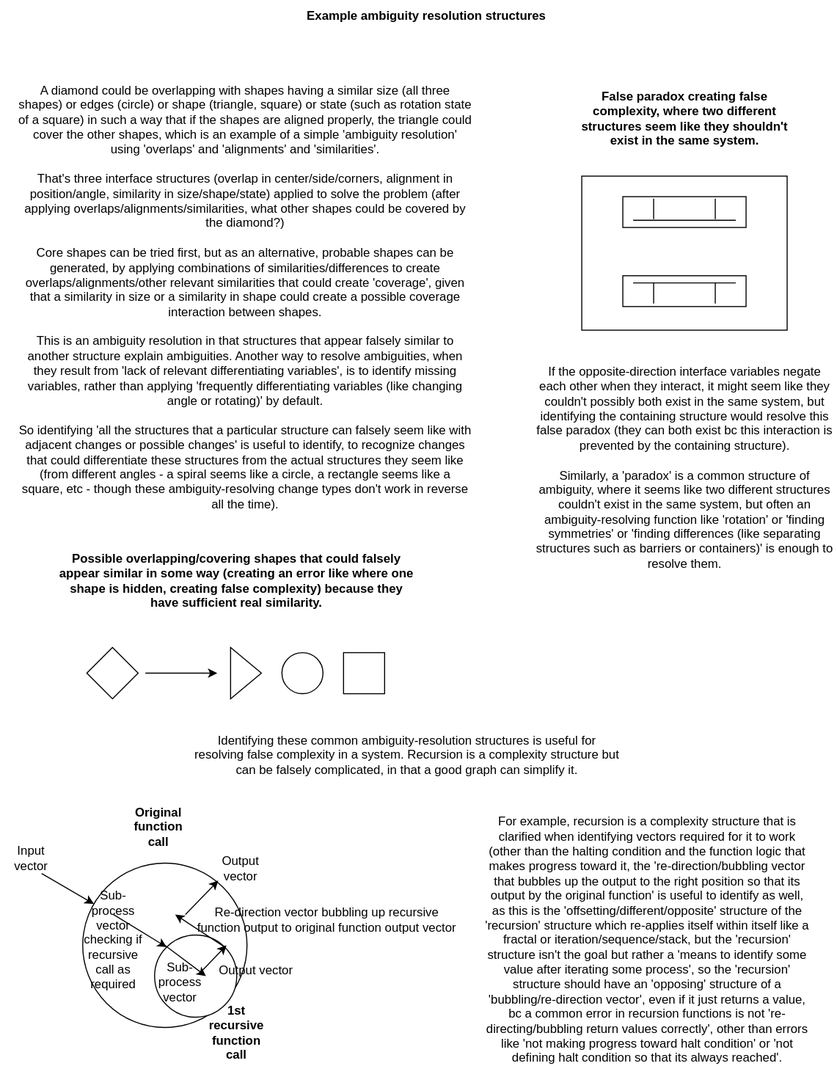
The draw.io diagram docs/objects/ambiguity_resolutions.drawio.svg in outdreamer/build-a-cure, before a commit. Source tidied: cells renumbered, new cells last; positions are measured from the earlier drawing's top-left corner, leaving out a move shared by most shapes. The source it was exported from:
```xml
<mxGraphModel>
  <root>
    <mxCell id="0" />
    <mxCell id="1" parent="0" />
    <mxCell id="2" style="rounded=0;whiteSpace=wrap;html=1;" parent="1" vertex="1">
      <mxGeometry x="566" y="171" width="200" height="150" as="geometry" />
    </mxCell>
    <mxCell id="3" style="rounded=0;whiteSpace=wrap;html=1;" parent="1" vertex="1">
      <mxGeometry x="606" y="268" width="120" height="30" as="geometry" />
    </mxCell>
    <mxCell id="4" style="rounded=0;whiteSpace=wrap;html=1;" parent="1" vertex="1">
      <mxGeometry x="606" y="191" width="120" height="30" as="geometry" />
    </mxCell>
    <mxCell id="5" value="&lt;b&gt;Example ambiguity resolution structures&lt;/b&gt;" style="text;html=1;strokeColor=none;fillColor=none;align=center;verticalAlign=middle;whiteSpace=wrap;rounded=0;" parent="1" vertex="1">
      <mxGeometry x="290" width="250" height="30" as="geometry" />
    </mxCell>
    <mxCell id="6" style="triangle;whiteSpace=wrap;html=1;" parent="1" vertex="1">
      <mxGeometry x="224" y="630" width="30" height="50" as="geometry" />
    </mxCell>
    <mxCell id="7" style="ellipse;whiteSpace=wrap;html=1;" parent="1" vertex="1">
      <mxGeometry x="274" y="635" width="40" height="40" as="geometry" />
    </mxCell>
    <mxCell id="8" style="rhombus;whiteSpace=wrap;html=1;" parent="1" vertex="1">
      <mxGeometry x="84" y="630" width="50" height="50" as="geometry" />
    </mxCell>
    <mxCell id="9" style="whiteSpace=wrap;html=1;" parent="1" vertex="1">
      <mxGeometry x="334" y="635" width="40" height="40" as="geometry" />
    </mxCell>
    <mxCell id="10" value="A diamond could be overlapping with shapes having a similar size (all three shapes) or edges (circle) or shape (triangle, square) or state (such as rotation state of a square) in such a way that if the shapes are aligned properly, the triangle could cover the other shapes, which is an example of a simple 'ambiguity resolution' using 'overlaps' and 'alignments' and 'similarities'. &lt;br&gt;&lt;br&gt;That's three interface structures (overlap in center/side/corners, alignment in position/angle, similarity in size/shape/state) applied to solve the problem (after applying overlaps/alignments/similarities, what other shapes could be covered by the diamond?) &lt;br&gt;&lt;br&gt;Core shapes can be tried first, but as an alternative, probable shapes can be generated, by applying combinations of similarities/differences to create overlaps/alignments/other relevant similarities that could create 'coverage', given that a similarity in size or a similarity in shape could create a possible coverage interaction between shapes.&lt;br&gt;&lt;br&gt;This is an ambiguity resolution in that structures that appear falsely similar to another structure explain ambiguities. Another way to resolve ambiguities, when they result from 'lack of relevant differentiating variables', is to identify missing variables, rather than applying 'frequently differentiating variables (like changing angle or rotating)' by default.&lt;br&gt;&lt;br&gt;So identifying 'all the structures that a particular structure can falsely seem like with adjacent changes or possible changes' is useful to identify, to recognize changes that could differentiate these structures from the actual structures they seem like (from different angles - a spiral seems like a circle, a rectangle seems like a square, etc - though these ambiguity-resolving change types don't work in reverse all the time)." style="text;html=1;strokeColor=none;fillColor=none;align=center;verticalAlign=middle;whiteSpace=wrap;rounded=0;" parent="1" vertex="1">
      <mxGeometry x="16" y="274" width="445" height="30" as="geometry" />
    </mxCell>
    <mxCell id="11" style="endArrow=classic;html=1;rounded=0;exitX=1;exitY=0.5;exitDx=0;exitDy=0;" parent="1" edge="1">
      <mxGeometry relative="1" as="geometry">
        <mxPoint x="141" y="655" as="sourcePoint" />
        <mxPoint x="211" y="655" as="targetPoint" />
      </mxGeometry>
    </mxCell>
    <mxCell id="12" style="endArrow=none;html=1;rounded=0;" parent="1" edge="1">
      <mxGeometry relative="1" as="geometry">
        <mxPoint x="616" y="214" as="sourcePoint" />
        <mxPoint x="716" y="214" as="targetPoint" />
      </mxGeometry>
    </mxCell>
    <mxCell id="13" style="endArrow=none;html=1;rounded=0;" parent="1" edge="1">
      <mxGeometry relative="1" as="geometry">
        <mxPoint x="636" y="193" as="sourcePoint" />
        <mxPoint x="636" y="213" as="targetPoint" />
      </mxGeometry>
    </mxCell>
    <mxCell id="14" style="endArrow=none;html=1;rounded=0;" parent="1" edge="1">
      <mxGeometry relative="1" as="geometry">
        <mxPoint x="696" y="193" as="sourcePoint" />
        <mxPoint x="696" y="213" as="targetPoint" />
      </mxGeometry>
    </mxCell>
    <mxCell id="15" style="endArrow=none;html=1;rounded=0;" parent="1" edge="1">
      <mxGeometry relative="1" as="geometry">
        <mxPoint x="616" y="275" as="sourcePoint" />
        <mxPoint x="716" y="275" as="targetPoint" />
        <Array as="points">
          <mxPoint x="666" y="275" />
        </Array>
      </mxGeometry>
    </mxCell>
    <mxCell id="16" style="endArrow=none;html=1;rounded=0;" parent="1" edge="1">
      <mxGeometry relative="1" as="geometry">
        <mxPoint x="636" y="295" as="sourcePoint" />
        <mxPoint x="636" y="275" as="targetPoint" />
      </mxGeometry>
    </mxCell>
    <mxCell id="17" style="endArrow=none;html=1;rounded=0;" parent="1" edge="1">
      <mxGeometry relative="1" as="geometry">
        <mxPoint x="696" y="295" as="sourcePoint" />
        <mxPoint x="696" y="275" as="targetPoint" />
      </mxGeometry>
    </mxCell>
    <mxCell id="18" value="If the opposite-direction interface variables negate each other when they interact, it might seem like they couldn't possibly both exist in the same system, but identifying the containing structure would resolve this false paradox (they can both exist bc this interaction is prevented by the containing structure).&lt;br&gt;&lt;br&gt;Similarly, a 'paradox' is a common structure of ambiguity, where it seems like two different structures couldn't exist in the same system, but often an ambiguity-resolving function like 'rotation' or 'finding symmetries' or 'finding differences (like separating structures such as barriers or containers)' is enough to resolve them." style="text;html=1;strokeColor=none;fillColor=none;align=center;verticalAlign=middle;whiteSpace=wrap;rounded=0;" parent="1" vertex="1">
      <mxGeometry x="518.5" y="440" width="295" height="30" as="geometry" />
    </mxCell>
    <mxCell id="19" value="False paradox creating false complexity, where two different structures seem like they shouldn't exist in the same system." style="text;html=1;strokeColor=none;fillColor=none;align=center;verticalAlign=middle;whiteSpace=wrap;rounded=0;fontStyle=1;" parent="1" vertex="1">
      <mxGeometry x="559.8" y="100" width="212.5" height="30" as="geometry" />
    </mxCell>
    <mxCell id="20" value="Possible overlapping/covering shapes that could falsely appear similar in some way (creating an error like where one shape is hidden, creating false complexity) because they have sufficient real similarity." style="text;html=1;strokeColor=none;fillColor=none;align=center;verticalAlign=middle;whiteSpace=wrap;rounded=0;fontStyle=1;" parent="1" vertex="1">
      <mxGeometry x="54" y="550" width="352" height="30" as="geometry" />
    </mxCell>
    <mxCell id="21" value="Identifying these common ambiguity-resolution structures is useful for resolving false complexity in a system. Recursion is a complexity structure but can be falsely complicated, in that a good graph can simplify it." style="text;html=1;strokeColor=none;fillColor=none;align=center;verticalAlign=middle;whiteSpace=wrap;rounded=0;" parent="1" vertex="1">
      <mxGeometry x="186" y="720" width="420" height="30" as="geometry" />
    </mxCell>
    <mxCell id="22" style="ellipse;whiteSpace=wrap;html=1;" parent="1" vertex="1">
      <mxGeometry x="80" y="840" width="160" height="160" as="geometry" />
    </mxCell>
    <mxCell id="23" style="ellipse;whiteSpace=wrap;html=1;" parent="1" vertex="1">
      <mxGeometry x="150" y="910" width="80" height="80" as="geometry" />
    </mxCell>
    <mxCell id="24" style="endArrow=classic;html=1;rounded=0;" parent="1" edge="1" target="22">
      <mxGeometry relative="1" as="geometry">
        <mxPoint x="40" y="850" as="sourcePoint" />
      </mxGeometry>
    </mxCell>
    <mxCell id="25" style="endArrow=classic;html=1;rounded=0;entryX=0.825;entryY=0.106;entryDx=0;entryDy=0;entryPerimeter=0;" parent="1" edge="1" target="22">
      <mxGeometry relative="1" as="geometry">
        <mxPoint x="180" y="890" as="sourcePoint" />
      </mxGeometry>
    </mxCell>
    <mxCell id="26" value="Output vector" style="text;html=1;strokeColor=none;fillColor=none;align=center;verticalAlign=middle;whiteSpace=wrap;rounded=0;" parent="1" vertex="1">
      <mxGeometry x="204" y="830" width="60" height="30" as="geometry" />
    </mxCell>
    <mxCell id="27" value="Input vector" style="text;html=1;strokeColor=none;fillColor=none;align=center;verticalAlign=middle;whiteSpace=wrap;rounded=0;" parent="1" vertex="1">
      <mxGeometry y="820" width="60" height="30" as="geometry" />
    </mxCell>
    <mxCell id="28" value="Original&lt;br&gt;function call" style="text;html=1;strokeColor=none;fillColor=none;align=center;verticalAlign=middle;whiteSpace=wrap;rounded=0;fontStyle=1;" parent="1" vertex="1">
      <mxGeometry x="124" y="790" width="60" height="30" as="geometry" />
    </mxCell>
    <mxCell id="29" value="1st recursive function call" style="text;html=1;strokeColor=none;fillColor=none;align=center;verticalAlign=middle;whiteSpace=wrap;rounded=0;fontStyle=1;" parent="1" vertex="1">
      <mxGeometry x="200" y="990" width="60" height="30" as="geometry" />
    </mxCell>
    <mxCell id="30" style="endArrow=classic;html=1;rounded=0;entryX=0;entryY=0;entryDx=0;entryDy=0;" parent="1" edge="1" target="23">
      <mxGeometry relative="1" as="geometry">
        <mxPoint x="110" y="890" as="sourcePoint" />
      </mxGeometry>
    </mxCell>
    <mxCell id="31" value="Sub-process vector checking if recursive call as required" style="text;html=1;strokeColor=none;fillColor=none;align=center;verticalAlign=middle;whiteSpace=wrap;rounded=0;" parent="1" vertex="1">
      <mxGeometry x="80" y="900" width="60" height="30" as="geometry" />
    </mxCell>
    <mxCell id="32" value="Re-direction vector bubbling up recursive function output to original function output vector" style="text;html=1;strokeColor=none;fillColor=none;align=center;verticalAlign=middle;whiteSpace=wrap;rounded=0;" parent="1" vertex="1">
      <mxGeometry x="190" y="880" width="256" height="30" as="geometry" />
    </mxCell>
    <mxCell id="33" style="endArrow=classic;html=1;rounded=0;exitX=1;exitY=0;exitDx=0;exitDy=0;" parent="1" edge="1" source="23">
      <mxGeometry relative="1" as="geometry">
        <mxPoint x="170" y="890" as="targetPoint" />
      </mxGeometry>
    </mxCell>
    <mxCell id="34" style="endArrow=classic;html=1;rounded=0;" parent="1" edge="1">
      <mxGeometry relative="1" as="geometry">
        <mxPoint x="196" y="945" as="sourcePoint" />
        <mxPoint x="220" y="920" as="targetPoint" />
      </mxGeometry>
    </mxCell>
    <mxCell id="35" style="endArrow=classic;html=1;rounded=0;" parent="1" edge="1">
      <mxGeometry relative="1" as="geometry">
        <mxPoint x="160" y="920" as="sourcePoint" />
        <mxPoint x="200" y="950" as="targetPoint" />
      </mxGeometry>
    </mxCell>
    <mxCell id="36" value="Sub-process vector" style="text;html=1;strokeColor=none;fillColor=none;align=center;verticalAlign=middle;whiteSpace=wrap;rounded=0;" parent="1" vertex="1">
      <mxGeometry x="145" y="941" width="60" height="30" as="geometry" />
    </mxCell>
    <mxCell id="37" value="Output vector" style="text;html=1;strokeColor=none;fillColor=none;align=center;verticalAlign=middle;whiteSpace=wrap;rounded=0;" parent="1" vertex="1">
      <mxGeometry x="184" y="930" width="130" height="30" as="geometry" />
    </mxCell>
    <mxCell id="38" value="For example, recursion is a complexity structure that is clarified when identifying vectors required for it to work (other than the halting condition and the function logic that makes progress toward it, the 're-direction/bubbling vector that bubbles up the output to the right position so that its output by the original function' is useful to identify as well, as this is the 'offsetting/different/opposite' structure of the 'recursion' structure which re-applies itself within itself like a fractal or iteration/sequence/stack, but the 'recursion' structure isn't the goal but rather a 'means to identify some value after iterating some process', so the 'recursion' structure should have an 'opposing' structure of a 'bubbling/re-direction vector', even if it just returns a value, bc a common error in recursion functions is not 're-directing/bubbling return values correctly', other than errors like 'not making progress toward halt condition' or 'not defining halt condition so that its always reached'." style="text;html=1;strokeColor=none;fillColor=none;align=center;verticalAlign=middle;whiteSpace=wrap;rounded=0;" parent="1" vertex="1">
      <mxGeometry x="470" y="900" width="320" height="30" as="geometry" />
    </mxCell>
  </root>
</mxGraphModel>
```
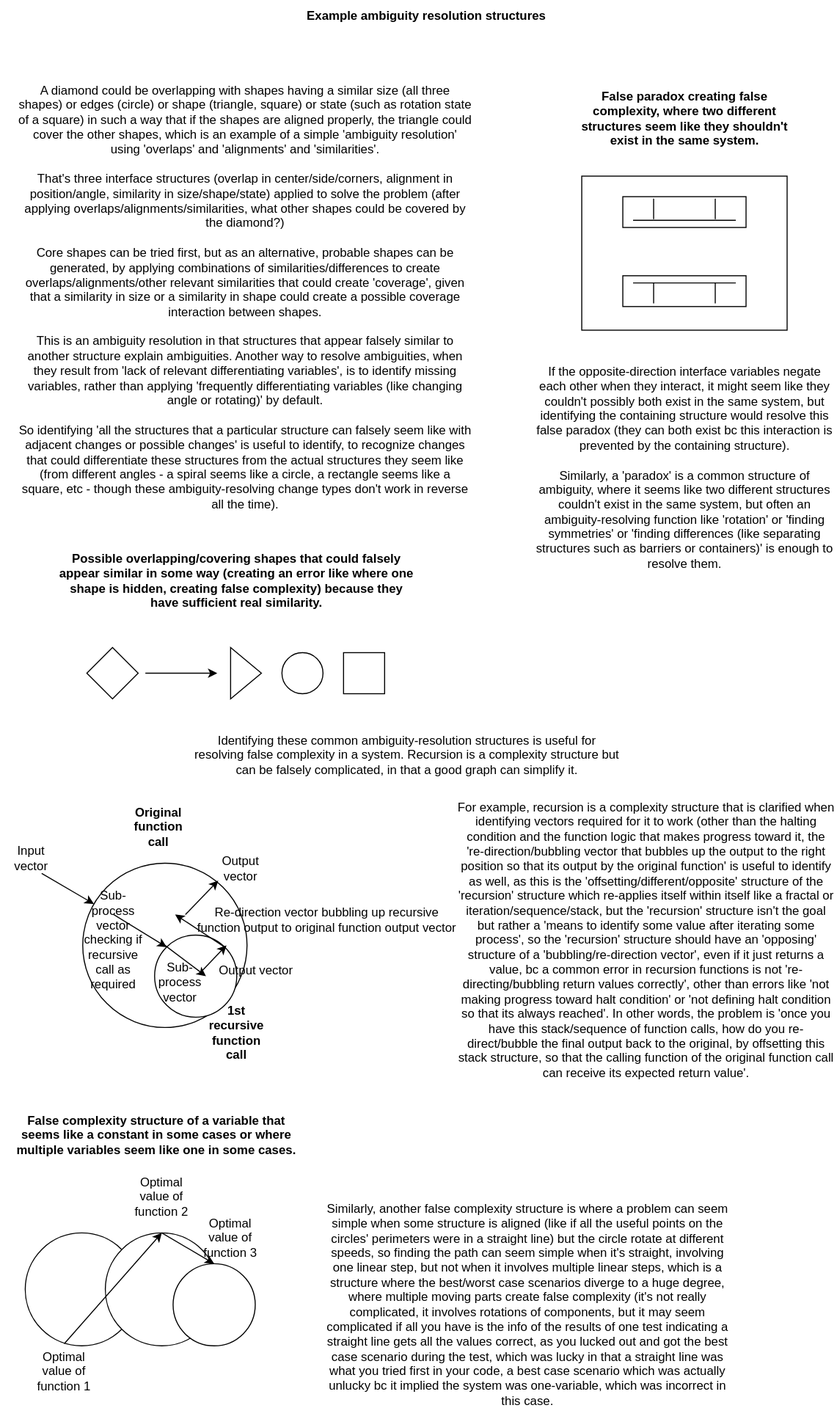
The same diagram one commit later.

Change to the diagram source:
```diff
@@ -148,8 +148,38 @@
     <mxCell id="37" value="Output vector" style="text;html=1;strokeColor=none;fillColor=none;align=center;verticalAlign=middle;whiteSpace=wrap;rounded=0;" parent="1" vertex="1">
       <mxGeometry x="184" y="930" width="130" height="30" as="geometry" />
     </mxCell>
-    <mxCell id="38" value="For example, recursion is a complexity structure that is clarified when identifying vectors required for it to work (other than the halting condition and the function logic that makes progress toward it, the 're-direction/bubbling vector that bubbles up the output to the right position so that its output by the original function' is useful to identify as well, as this is the 'offsetting/different/opposite' structure of the 'recursion' structure which re-applies itself within itself like a fractal or iteration/sequence/stack, but the 'recursion' structure isn't the goal but rather a 'means to identify some value after iterating some process', so the 'recursion' structure should have an 'opposing' structure of a 'bubbling/re-direction vector', even if it just returns a value, bc a common error in recursion functions is not 're-directing/bubbling return values correctly', other than errors like 'not making progress toward halt condition' or 'not defining halt condition so that its always reached'." style="text;html=1;strokeColor=none;fillColor=none;align=center;verticalAlign=middle;whiteSpace=wrap;rounded=0;" parent="1" vertex="1">
-      <mxGeometry x="470" y="900" width="320" height="30" as="geometry" />
+    <mxCell id="38" value="For example, recursion is a complexity structure that is clarified when identifying vectors required for it to work (other than the halting condition and the function logic that makes progress toward it, the 're-direction/bubbling vector that bubbles up the output to the right position so that its output by the original function' is useful to identify as well, as this is the 'offsetting/different/opposite' structure of the 'recursion' structure which re-applies itself within itself like a fractal or iteration/sequence/stack, but the 'recursion' structure isn't the goal but rather a 'means to identify some value after iterating some process', so the 'recursion' structure should have an 'opposing' structure of a 'bubbling/re-direction vector', even if it just returns a value, bc a common error in recursion functions is not 're-directing/bubbling return values correctly', other than errors like 'not making progress toward halt condition' or 'not defining halt condition so that its always reached'. In other words, the problem is 'once you have this stack/sequence of function calls, how do you re-direct/bubble the final output back to the original, by offsetting this stack structure, so that the calling function of the original function call can receive its expected return value'." style="text;html=1;strokeColor=none;fillColor=none;align=center;verticalAlign=middle;whiteSpace=wrap;rounded=0;" parent="1" vertex="1">
+      <mxGeometry x="443.5" y="900" width="370" height="30" as="geometry" />
     </mxCell>
+    <mxCell id="39" style="ellipse;whiteSpace=wrap;html=1;" parent="1" vertex="1">
+      <mxGeometry x="24" y="1200" width="110" height="110" as="geometry" />
+    </mxCell>
+    <mxCell id="40" style="ellipse;whiteSpace=wrap;html=1;" parent="1" vertex="1">
+      <mxGeometry x="102" y="1200" width="110" height="110" as="geometry" />
+    </mxCell>
+    <mxCell id="41" style="ellipse;whiteSpace=wrap;html=1;" parent="1" vertex="1">
+      <mxGeometry x="168" y="1230" width="80" height="80" as="geometry" />
+    </mxCell>
+    <mxCell id="42" style="endArrow=classic;html=1;rounded=0;entryX=0.5;entryY=0;entryDx=0;entryDy=0;exitX=0.345;exitY=0.982;exitDx=0;exitDy=0;exitPerimeter=0;" parent="1" edge="1" source="39" target="40">
+      <mxGeometry relative="1" as="geometry" />
+    </mxCell>
+    <mxCell id="43" style="endArrow=classic;html=1;rounded=0;entryX=0.5;entryY=0;entryDx=0;entryDy=0;exitX=0.5;exitY=0;exitDx=0;exitDy=0;" parent="1" edge="1" source="40" target="41">
+      <mxGeometry relative="1" as="geometry" />
+    </mxCell>
+    <mxCell id="44" value="Similarly, another false complexity structure is where a problem can seem simple when some structure is aligned (like if all the useful points on the circles' perimeters were in a straight line) but the circle rotate at different speeds, so finding the path can seem simple when it's straight, involving one linear step, but not when it involves multiple linear steps, which is a structure where the best/worst case scenarios diverge to a huge degree, where multiple moving parts create false complexity (it's not really complicated, it involves rotations of components, but it may seem complicated if all you have is the info of the results of one test indicating a straight line gets all the values correct, as you lucked out and got the best case scenario during the test, which was lucky in that a straight line was what you tried first in your code, a best case scenario which was actually unlucky bc it implied the system was one-variable, which was incorrect in this case." style="text;html=1;strokeColor=none;fillColor=none;align=center;verticalAlign=middle;whiteSpace=wrap;rounded=0;" parent="1" vertex="1">
+      <mxGeometry x="314" y="1210" width="399" height="120" as="geometry" />
+    </mxCell>
+    <mxCell id="45" value="Optimal value of function 1" style="text;html=1;strokeColor=none;fillColor=none;align=center;verticalAlign=middle;whiteSpace=wrap;rounded=0;" parent="1" vertex="1">
+      <mxGeometry x="32" y="1320" width="60" height="30" as="geometry" />
+    </mxCell>
+    <mxCell id="46" value="Optimal value of function 2" style="text;html=1;strokeColor=none;fillColor=none;align=center;verticalAlign=middle;whiteSpace=wrap;rounded=0;" parent="1" vertex="1">
+      <mxGeometry x="127" y="1150" width="60" height="30" as="geometry" />
+    </mxCell>
+    <mxCell id="47" value="Optimal value of function 3" style="text;html=1;strokeColor=none;fillColor=none;align=center;verticalAlign=middle;whiteSpace=wrap;rounded=0;" parent="1" vertex="1">
+      <mxGeometry x="194" y="1190" width="60" height="30" as="geometry" />
+    </mxCell>
+    <mxCell id="48" value="False complexity structure of a variable that seems like a constant in some cases or where multiple variables seem like one in some cases." style="text;html=1;strokeColor=none;fillColor=none;align=center;verticalAlign=middle;whiteSpace=wrap;rounded=0;fontStyle=1;" parent="1" vertex="1">
+      <mxGeometry x="14" y="1090" width="276" height="30" as="geometry" />
+    </mxCell>
   </root>
 </mxGraphModel>
```
